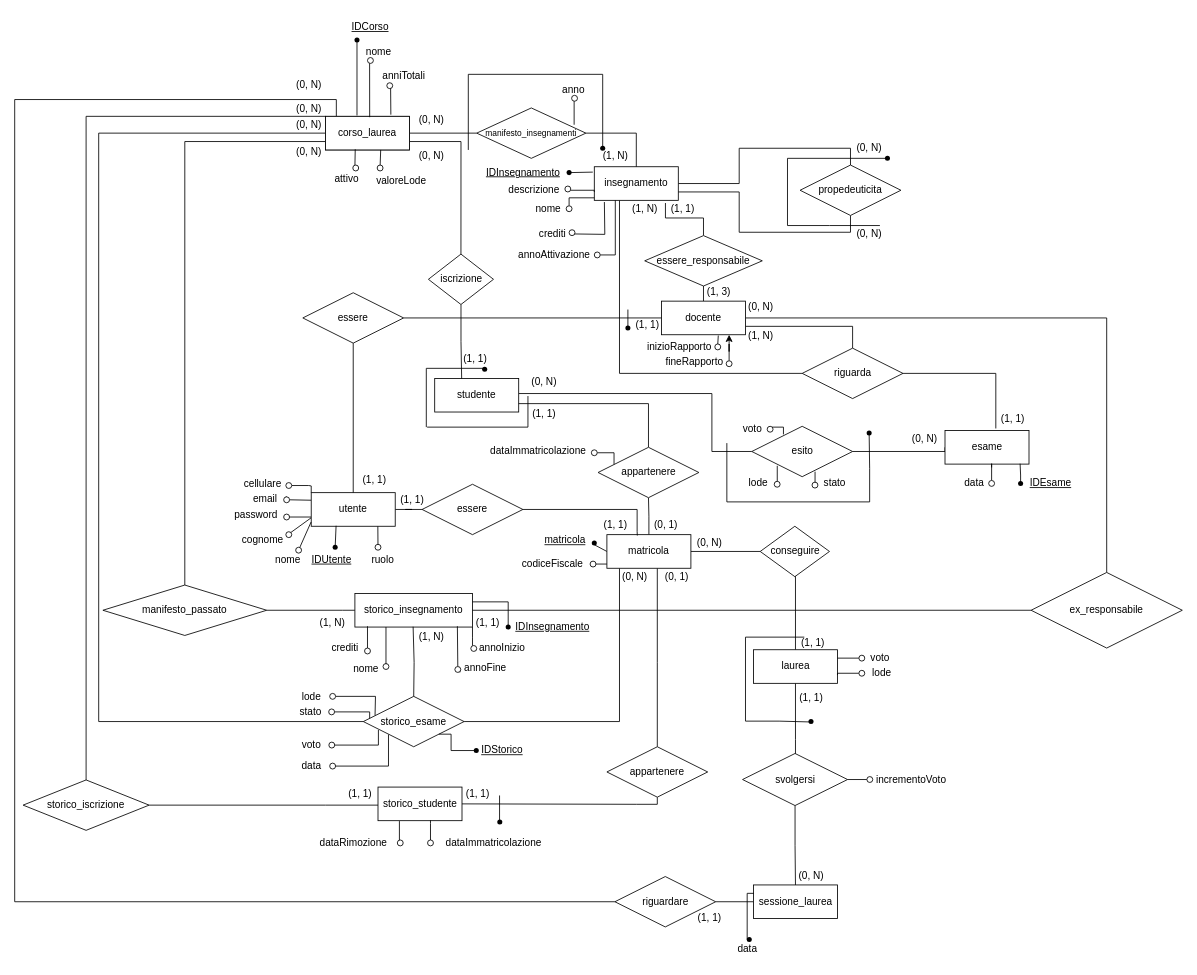
Earlier version of the draw.io diagram page "ER Ristrutturato" (2 of 3) of uni.drawio (michelebolis/UniversityExamSystem). Source tidied: cells renumbered, new cells numbered last; positions are measured from the earlier drawing's top-left corner, leaving out a move shared by most shapes. Both pictures are drawn from the tidied source at 84%, with x=0, y=0 at pixel (14, 14).
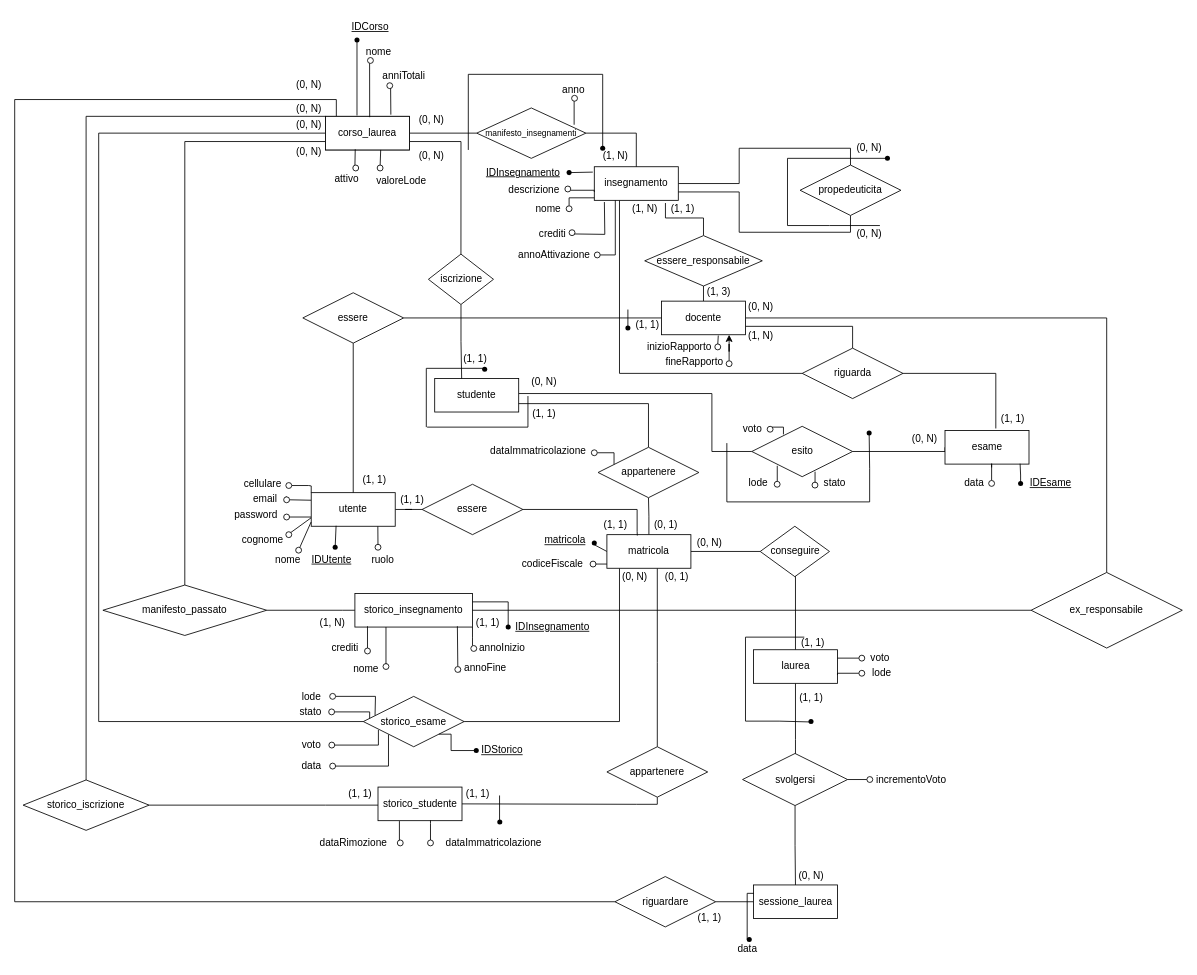
After the change.

The edit, as a diff of the source:
```diff
@@
-    <mxCell id="45" style="edgeStyle=orthogonalEdgeStyle;rounded=0;orthogonalLoop=1;jettySize=auto;html=1;entryX=0.066;entryY=0.052;entryDx=0;entryDy=0;entryPerimeter=0;endArrow=none;endFill=0;" parent="1" edge="1">
-      <mxGeometry relative="1" as="geometry">
-        <mxPoint x="475" y="812.5" as="sourcePoint" />
-        <mxPoint x="474.3" y="728.6" as="targetPoint" />
-      </mxGeometry>
-    </mxCell>
@@
-    <mxCell id="229" value="(1, N)" style="text;html=1;align=center;verticalAlign=middle;strokeColor=none;fillColor=none;" parent="1" vertex="1">
-      <mxGeometry x="471" y="726" width="50" height="30" as="geometry" />
-    </mxCell>
```
